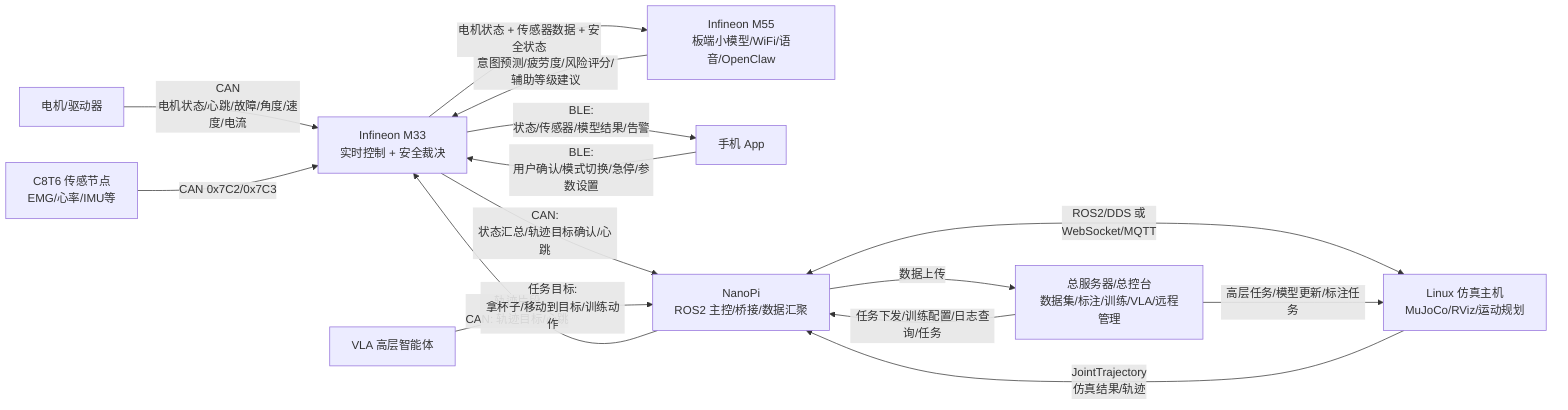
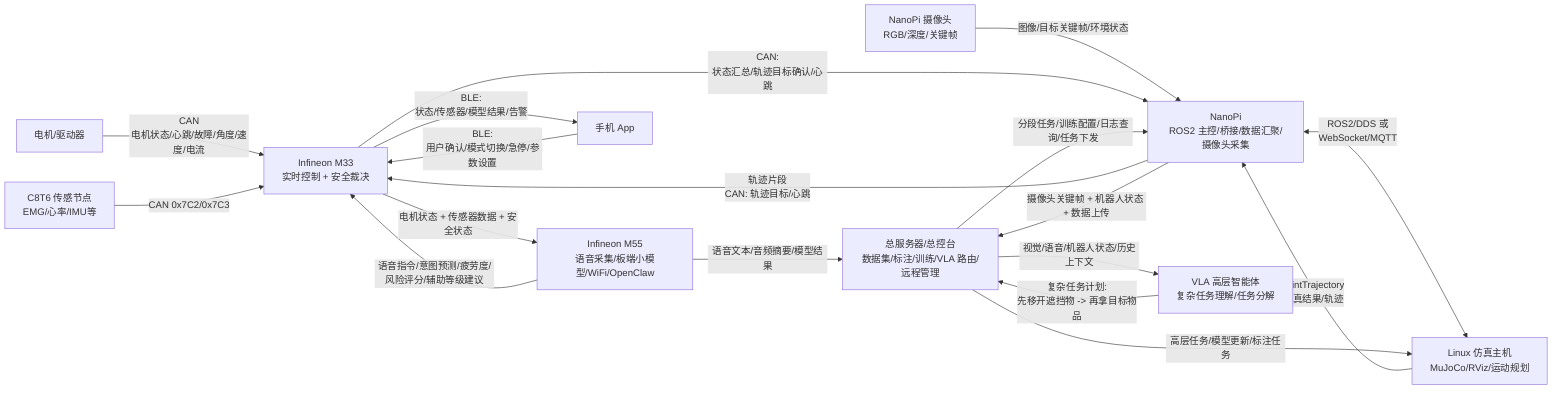
flowchart LR
  Motors["电机/驱动器"]
  C8T6["C8T6 传感节点\nEMG/心率/IMU等"]
  M33["Infineon M33\n实时控制 + 安全裁决"]
-   M55["Infineon M55\n板端小模型/WiFi/语音/OpenClaw"]
+   M55["Infineon M55\n语音采集/板端小模型/WiFi/OpenClaw"]
  App["手机 App"]
-   NanoPi["NanoPi\nROS2 主控/桥接/数据汇聚"]
-   VLA["VLA 高层智能体"]
-   Server["总服务器/总控台\n数据集/标注/训练/VLA/远程管理"]
+   Camera["NanoPi 摄像头\nRGB/深度/关键帧"]
+   NanoPi["NanoPi\nROS2 主控/桥接/数据汇聚/摄像头采集"]
+   VLA["VLA 高层智能体\n复杂任务理解/任务分解"]
+   Server["总服务器/总控台\n数据集/标注/训练/VLA 路由/远程管理"]
  Workstation["Linux 仿真主机\nMuJoCo/RViz/运动规划"]

  Motors -->|"CAN\n电机状态/心跳/故障/角度/速度/电流"| M33
  C8T6 -->|"CAN 0x7C2/0x7C3"| M33

  M33 -->|"电机状态 + 传感器数据 + 安全状态"| M55
-   M55 -->|"意图预测/疲劳度/风险评分/辅助等级建议"| M33
+   M55 -->|"语音指令/意图预测/疲劳度/风险评分/辅助等级建议"| M33

  App -->|"BLE:\n用户确认/模式切换/急停/参数设置"| M33
  M33 -->|"BLE:\n状态/传感器/模型结果/告警"| App

+   Camera -->|"图像/目标关键帧/环境状态"| NanoPi
  NanoPi -->|"轨迹片段\nCAN: 轨迹目标/心跳"| M33
  M33 -->|"CAN:\n状态汇总/轨迹目标确认/心跳"| NanoPi

-   NanoPi -->|"数据上传"| Server
+   M55 -->|"语音文本/音频摘要/模型结果"| Server
+   NanoPi -->|"摄像头关键帧 + 机器人状态 + 数据上传"| Server
  NanoPi <-->|"ROS2/DDS 或\nWebSocket/MQTT"| Workstation

-   VLA -->|"任务目标:\n拿杯子/移动到目标/训练动作"| NanoPi
-   Server -->|"任务下发/训练配置/日志查询/任务"| NanoPi
+   Server -->|"视觉/语音/机器人状态/历史上下文"| VLA
+   VLA -->|"复杂任务计划:\n先移开遮挡物 -> 再拿目标物品"| Server
+   Server -->|"分段任务/训练配置/日志查询/任务下发"| NanoPi
  Server -->|"高层任务/模型更新/标注任务"| Workstation
  Workstation -->|"JointTrajectory\n仿真结果/轨迹"| NanoPi
